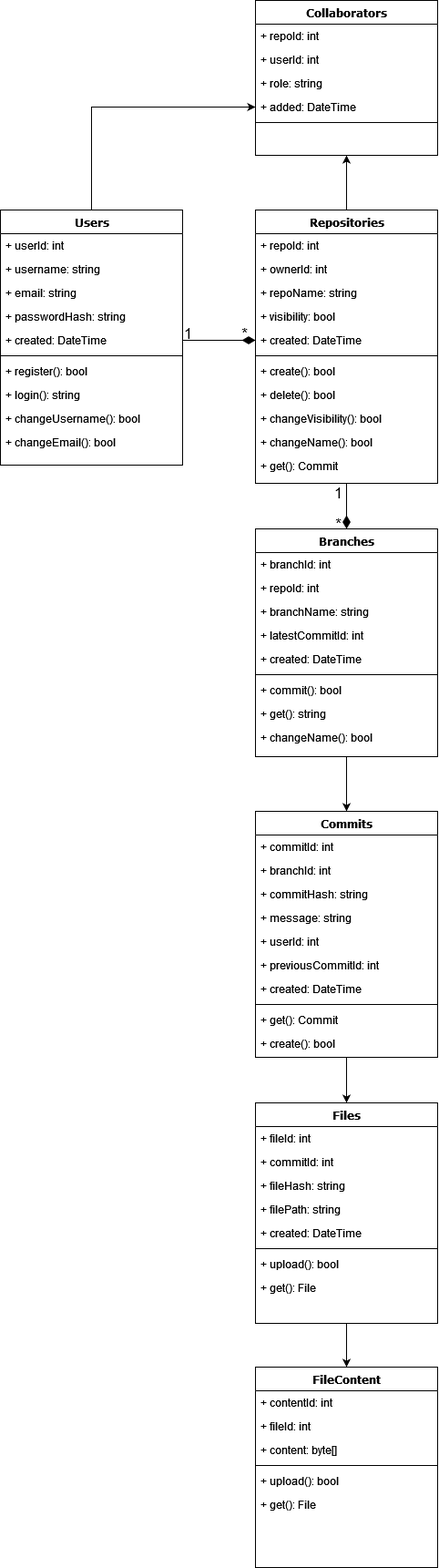
benjaminsanderswyatt/COMP3000-JanusVersionControl keeps this draw.io diagram as Documentation/Diagrams/Database/24_11_19 DatabaseDesign.png. Above is the earlier version. Source tidied: cells renumbered, new cells last; positions are measured from the earlier drawing's top-left corner, leaving out a move shared by most shapes.
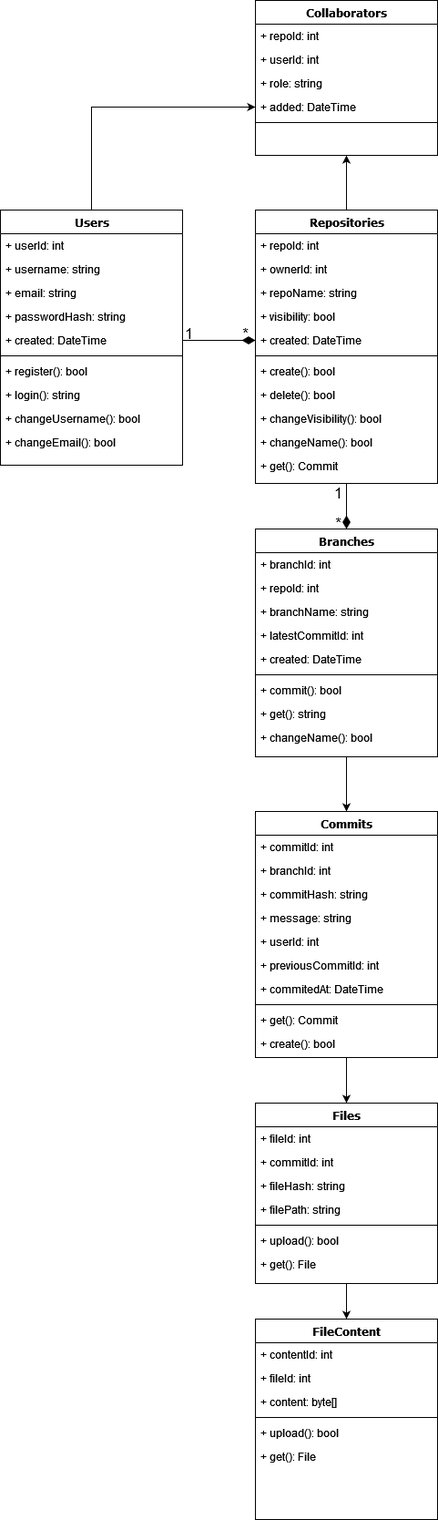
After the commit.

Commit message:
Updated Database to design

Diff of the diagram source:
```diff
@@ -175,7 +175,7 @@
     <mxCell id="56" value="+ previousCommitId: int" style="text;html=1;strokeColor=none;fillColor=none;align=left;verticalAlign=top;spacingLeft=4;spacingRight=4;whiteSpace=wrap;overflow=hidden;" parent="50" vertex="1">
       <mxGeometry y="156" width="200" height="26" as="geometry" />
     </mxCell>
-    <mxCell id="57" value="+ created: DateTime" style="text;html=1;strokeColor=none;fillColor=none;align=left;verticalAlign=top;spacingLeft=4;spacingRight=4;whiteSpace=wrap;overflow=hidden;" parent="50" vertex="1">
+    <mxCell id="57" value="+ commitedAt: DateTime" style="text;html=1;strokeColor=none;fillColor=none;align=left;verticalAlign=top;spacingLeft=4;spacingRight=4;whiteSpace=wrap;overflow=hidden;" parent="50" vertex="1">
       <mxGeometry y="182" width="200" height="26" as="geometry" />
     </mxCell>
     <mxCell id="58" style="line;html=1;strokeWidth=1;fillColor=none;align=left;verticalAlign=middle;spacingTop=-1;spacingLeft=3;spacingRight=3;labelPosition=right;" parent="50" vertex="1">
@@ -194,7 +194,7 @@
       <mxGeometry relative="1" as="geometry" />
     </mxCell>
     <mxCell id="63" value="Files" style="swimlane;html=1;fontStyle=1;align=center;verticalAlign=top;horizontal=1;startSize=26;swimlaneFillColor=#ffffff;rounded=0;shadow=0;comic=0;labelBackgroundColor=none;strokeWidth=1;fillColor=none;fontFamily=Verdana;fontSize=12;" parent="1" vertex="1">
-      <mxGeometry x="280" y="1210" width="200" height="242" as="geometry" />
+      <mxGeometry x="280" y="1210" width="200" height="198" as="geometry" />
     </mxCell>
     <mxCell id="64" value="+ fileId: int" style="text;html=1;strokeColor=none;fillColor=none;align=left;verticalAlign=top;spacingLeft=4;spacingRight=4;whiteSpace=wrap;overflow=hidden;" parent="63" vertex="1">
       <mxGeometry y="26" width="200" height="26" as="geometry" />
@@ -208,20 +208,17 @@
     <mxCell id="67" value="+ filePath: string" style="text;html=1;strokeColor=none;fillColor=none;align=left;verticalAlign=top;spacingLeft=4;spacingRight=4;whiteSpace=wrap;overflow=hidden;" parent="63" vertex="1">
       <mxGeometry y="104" width="200" height="26" as="geometry" />
     </mxCell>
-    <mxCell id="68" value="+ created: DateTime" style="text;html=1;strokeColor=none;fillColor=none;align=left;verticalAlign=top;spacingLeft=4;spacingRight=4;whiteSpace=wrap;overflow=hidden;" parent="63" vertex="1">
-      <mxGeometry y="130" width="200" height="26" as="geometry" />
-    </mxCell>
     <mxCell id="69" style="line;html=1;strokeWidth=1;fillColor=none;align=left;verticalAlign=middle;spacingTop=-1;spacingLeft=3;spacingRight=3;labelPosition=right;" parent="63" vertex="1">
-      <mxGeometry y="156" width="200" height="8" as="geometry" />
+      <mxGeometry y="130" width="200" height="8" as="geometry" />
     </mxCell>
     <mxCell id="70" value="+ upload(): bool" style="text;html=1;strokeColor=none;fillColor=none;align=left;verticalAlign=top;spacingLeft=4;spacingRight=4;whiteSpace=wrap;overflow=hidden;" parent="63" vertex="1">
-      <mxGeometry y="164" width="200" height="26" as="geometry" />
+      <mxGeometry y="138" width="200" height="26" as="geometry" />
     </mxCell>
     <mxCell id="71" value="+ get(): File" style="text;html=1;strokeColor=none;fillColor=none;align=left;verticalAlign=top;spacingLeft=4;spacingRight=4;whiteSpace=wrap;overflow=hidden;" parent="63" vertex="1">
-      <mxGeometry y="190" width="200" height="26" as="geometry" />
+      <mxGeometry y="164" width="200" height="26" as="geometry" />
     </mxCell>
     <mxCell id="72" value="FileContent" style="swimlane;html=1;fontStyle=1;align=center;verticalAlign=top;horizontal=1;startSize=26;swimlaneFillColor=#ffffff;rounded=0;shadow=0;comic=0;labelBackgroundColor=none;strokeWidth=1;fillColor=none;fontFamily=Verdana;fontSize=12;" parent="1" vertex="1">
-      <mxGeometry x="280" y="1500" width="200" height="220" as="geometry" />
+      <mxGeometry x="280" y="1447" width="200" height="220" as="geometry" />
     </mxCell>
     <mxCell id="73" value="+ contentId: int" style="text;html=1;strokeColor=none;fillColor=none;align=left;verticalAlign=top;spacingLeft=4;spacingRight=4;whiteSpace=wrap;overflow=hidden;" parent="72" vertex="1">
       <mxGeometry y="26" width="200" height="26" as="geometry" />
```
